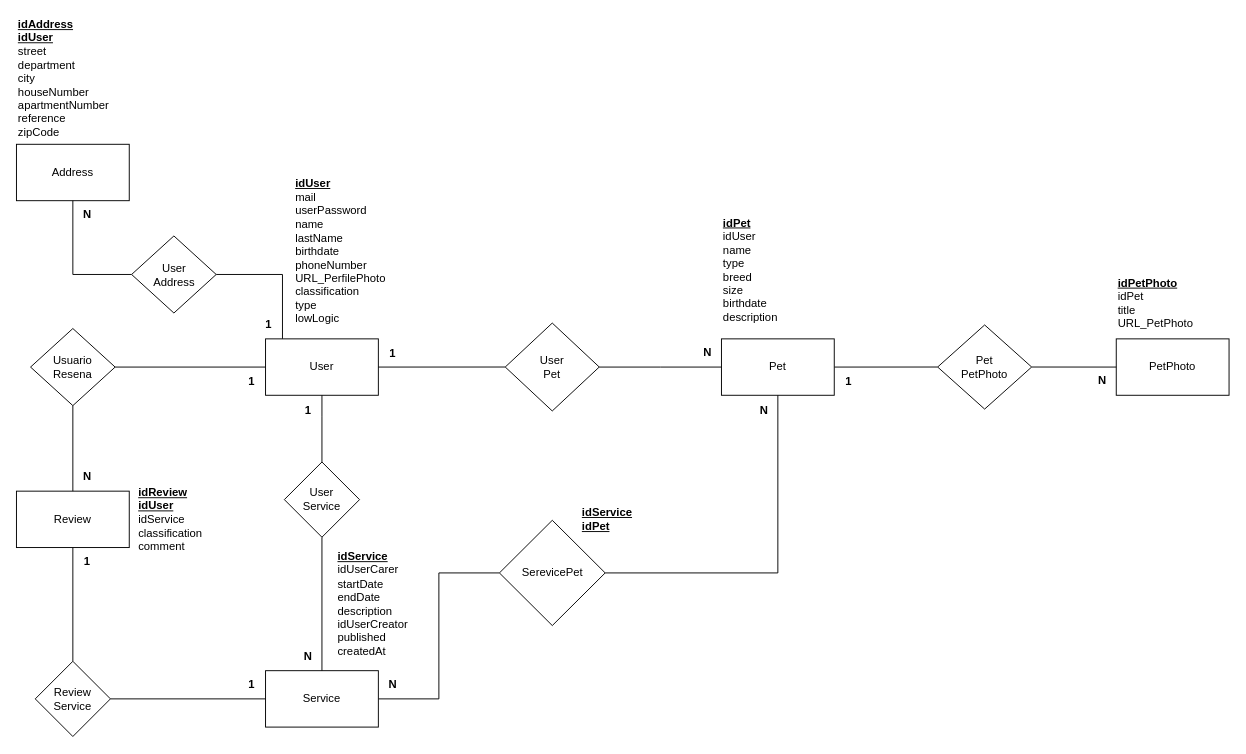
Above: documentacion/MER_PetSafe.drawio in YolausGG/PetSafe (draw.io), before the change. Source tidied: cells renumbered, new cells numbered last; positions are measured from the earlier drawing's top-left corner, leaving out a move shared by most shapes. Both pictures are drawn from the tidied source at 94%, with x=0, y=0 at pixel (16, 15).
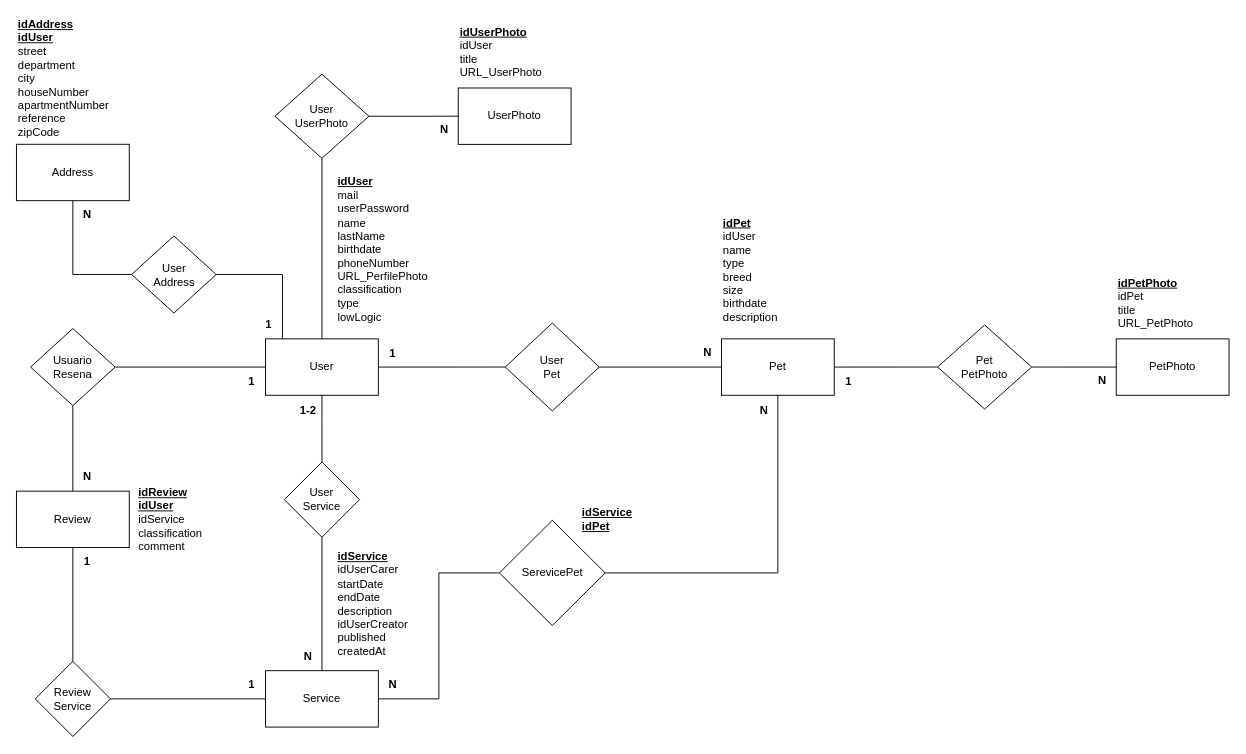
Above is the later version.

Commit message (it also covers changes not shown here):
CRUD userPhoto, petPhoto y review

Unchanged cells that the change refers to:
```xml
<mxCell id="5" value="User" style="rounded=0;whiteSpace=wrap;html=1;" parent="1" vertex="1">
  <mxGeometry x="265" y="344" width="120" height="60" as="geometry" />
</mxCell>
```

Diff of the diagram source:
```diff
@@
+    <mxCell id="50" style="edgeStyle=orthogonalEdgeStyle;rounded=0;jettySize=auto;html=1;entryX=0.5;entryY=1;entryDx=0;entryDy=0;endArrow=none;endFill=0;" parent="1" edge="1" source="5" target="53">
+      <mxGeometry relative="1" as="geometry" />
+    </mxCell>
@@
-    <mxCell id="12" value="1" style="text;html=1;align=center;verticalAlign=middle;strokeColor=none;fillColor=none;fontSize=12;fontStyle=1;" parent="1" vertex="1">
-      <mxGeometry x="295" y="405" width="30" height="30" as="geometry" />
+    <mxCell id="12" value="1-2" style="text;html=1;align=center;verticalAlign=middle;strokeColor=none;fillColor=none;fontSize=12;fontStyle=1;" parent="1" vertex="1">
+      <mxGeometry x="290" y="405" width="40" height="30" as="geometry" />
     </mxCell>
@@
     <mxCell id="17" value="&lt;u&gt;idUser&lt;/u&gt;&lt;br&gt;&lt;span style=&quot;font-weight: normal;&quot;&gt;mail&lt;br&gt;userPassword&lt;/span&gt;&lt;br&gt;&lt;span style=&quot;font-weight: 400;&quot;&gt;name&lt;br&gt;lastName&lt;/span&gt;&lt;br&gt;&lt;span style=&quot;font-weight: 400;&quot;&gt;birthdate&lt;/span&gt;&lt;br&gt;&lt;span style=&quot;font-weight: 400;&quot;&gt;phoneNumber&lt;/span&gt;&lt;br&gt;&lt;div&gt;&lt;span style=&quot;font-weight: 400;&quot;&gt;URL_PerfilePhoto&lt;/span&gt;&lt;/div&gt;&lt;div&gt;&lt;span style=&quot;font-weight: normal;&quot;&gt;classification&lt;br&gt;type&lt;/span&gt;&lt;br&gt;&lt;div style=&quot;font-weight: normal;&quot;&gt;&lt;/div&gt;&lt;/div&gt;&lt;div&gt;&lt;span style=&quot;font-weight: normal;&quot;&gt;lowLogic&lt;/span&gt;&lt;/div&gt;" style="text;html=1;strokeColor=none;fillColor=none;align=left;verticalAlign=middle;whiteSpace=wrap;rounded=0;fontStyle=1;" parent="1" vertex="1">
-      <mxGeometry x="295" y="167" width="115" height="168.8" as="geometry" />
+      <mxGeometry x="340" y="164.2" width="115" height="168.8" as="geometry" />
     </mxCell>
@@
+    <mxCell id="51" value="UserPhoto" style="rounded=0;whiteSpace=wrap;html=1;" parent="1" vertex="1">
+      <mxGeometry x="470" y="77.1" width="120" height="60" as="geometry" />
+    </mxCell>
+    <mxCell id="52" style="edgeStyle=orthogonalEdgeStyle;rounded=0;jettySize=auto;html=1;entryX=0;entryY=0.5;entryDx=0;entryDy=0;endArrow=none;endFill=0;exitX=1;exitY=0.5;exitDx=0;exitDy=0;" parent="1" edge="1" source="53" target="51">
+      <mxGeometry relative="1" as="geometry" />
+    </mxCell>
+    <mxCell id="53" value="User&lt;br&gt;&lt;div&gt;UserPhoto&lt;/div&gt;" style="rhombus;whiteSpace=wrap;html=1;" parent="1" vertex="1">
+      <mxGeometry x="275" y="62.4" width="100" height="89.5" as="geometry" />
+    </mxCell>
+    <mxCell id="54" value="&lt;div style=&quot;&quot;&gt;&lt;div style=&quot;border-color: var(--border-color);&quot;&gt;&lt;b&gt;&lt;span style=&quot;background-color: initial; border-color: var(--border-color);&quot;&gt;&lt;u style=&quot;border-color: var(--border-color);&quot;&gt;&lt;font style=&quot;border-color: var(--border-color);&quot;&gt;idUserPhoto&lt;/font&gt;&lt;/u&gt;&lt;/span&gt;&lt;br&gt;&lt;/b&gt;&lt;/div&gt;&lt;div style=&quot;border-color: var(--border-color);&quot;&gt;&lt;span style=&quot;background-color: initial; border-color: var(--border-color);&quot;&gt;&lt;span style=&quot;border-color: var(--border-color);&quot;&gt;&lt;font style=&quot;border-color: var(--border-color);&quot;&gt;idUser&lt;/font&gt;&lt;/span&gt;&lt;/span&gt;&lt;/div&gt;&lt;div style=&quot;border-color: var(--border-color);&quot;&gt;&lt;span style=&quot;background-color: initial; border-color: var(--border-color);&quot;&gt;&lt;span style=&quot;border-color: var(--border-color);&quot;&gt;&lt;font style=&quot;border-color: var(--border-color);&quot;&gt;title&lt;/font&gt;&lt;/span&gt;&lt;/span&gt;&lt;/div&gt;&lt;div style=&quot;border-color: var(--border-color);&quot;&gt;&lt;span style=&quot;background-color: initial; border-color: var(--border-color);&quot;&gt;&lt;span style=&quot;border-color: var(--border-color);&quot;&gt;&lt;font style=&quot;border-color: var(--border-color);&quot;&gt;URL_UserPhoto&lt;/font&gt;&lt;/span&gt;&lt;/span&gt;&lt;/div&gt;&lt;/div&gt;" style="text;html=1;strokeColor=none;fillColor=none;align=left;verticalAlign=middle;whiteSpace=wrap;rounded=0;" parent="1" vertex="1">
+      <mxGeometry x="470" y="0.1" width="90" height="77" as="geometry" />
+    </mxCell>
+    <mxCell id="55" value="N" style="text;html=1;align=center;verticalAlign=middle;strokeColor=none;fillColor=none;fontStyle=1;" parent="1" vertex="1">
+      <mxGeometry x="440" y="107.1" width="30" height="30" as="geometry" />
+    </mxCell>
```
